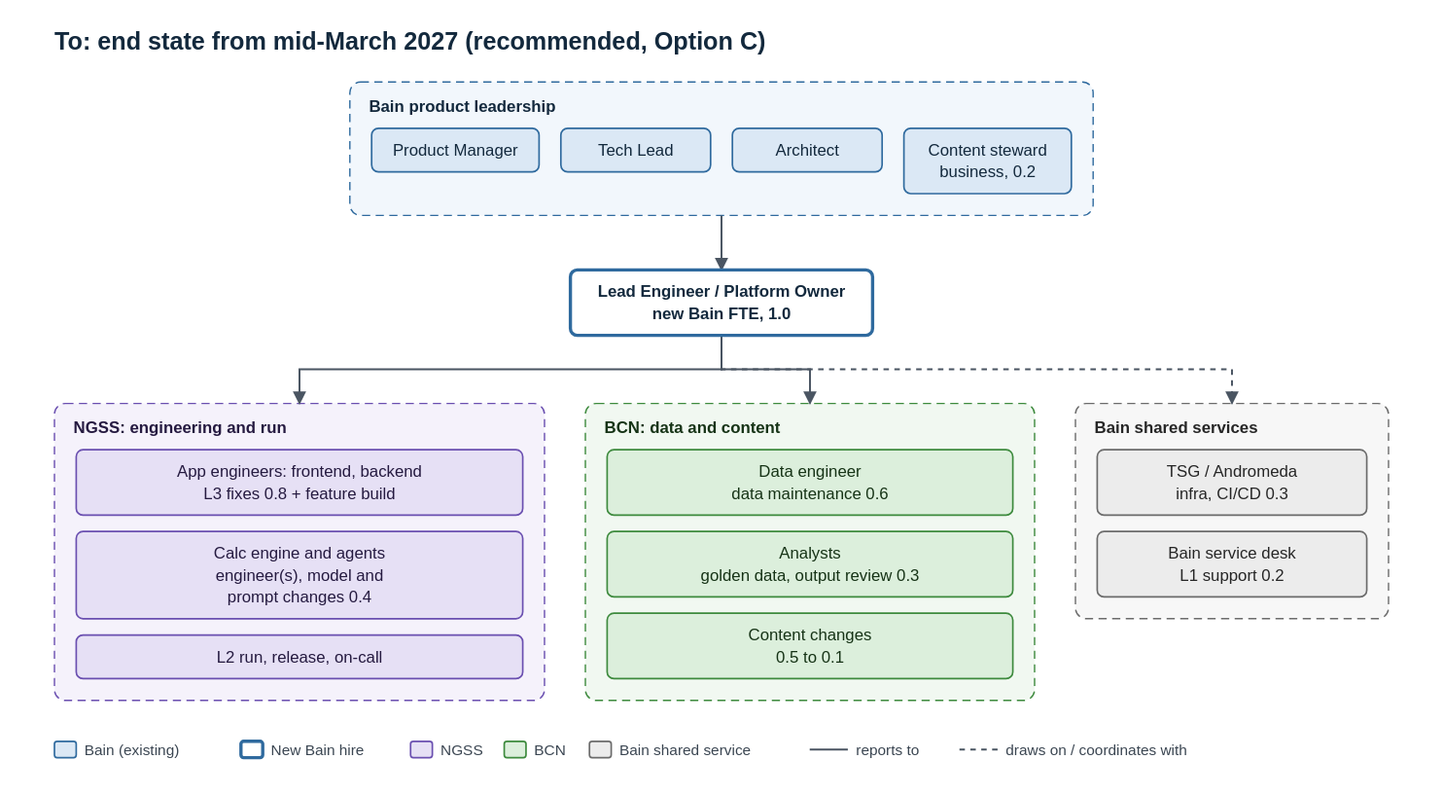
Above: context/post-gls-team-structure/diagrams/07-to-end-state.drawio.svg in deanwang-bain/OC-TL (draw.io), before the change. Source tidied: cells renumbered, new cells last; positions are measured from the earlier drawing's top-left corner, leaving out a move shared by most shapes. Its diagram source:
```xml
<mxGraphModel>
  <root>
    <mxCell id="0" />
    <mxCell id="1" parent="0" />
    <mxCell id="2" value="To: end state from mid-March 2027 (recommended, Option C)" style="text;html=1;fontSize=18;fontStyle=1;align=left;verticalAlign=middle;fontColor=#13293d;" parent="1" vertex="1">
      <mxGeometry width="900" height="28" as="geometry" />
    </mxCell>
    <mxCell id="3" value="Bain product leadership" style="rounded=1;arcSize=4;whiteSpace=wrap;html=1;dashed=1;fillColor=#f2f7fc;strokeColor=#2f6a9e;fontColor=#13293d;fontStyle=1;align=left;verticalAlign=top;spacingLeft=10;spacingTop=4;" parent="1" vertex="1">
      <mxGeometry x="217" y="42" width="546" height="98" as="geometry" />
    </mxCell>
    <mxCell id="4" value="NGSS: engineering and run" style="rounded=1;arcSize=4;whiteSpace=wrap;html=1;dashed=1;fillColor=#f5f2fb;strokeColor=#6a4fb0;fontColor=#251a40;fontStyle=1;align=left;verticalAlign=top;spacingLeft=10;spacingTop=4;" parent="1" vertex="1">
      <mxGeometry y="278" width="360" height="218" as="geometry" />
    </mxCell>
    <mxCell id="5" value="BCN: data and content" style="rounded=1;arcSize=4;whiteSpace=wrap;html=1;dashed=1;fillColor=#f1f8f1;strokeColor=#3d8a3d;fontColor=#163316;fontStyle=1;align=left;verticalAlign=top;spacingLeft=10;spacingTop=4;" parent="1" vertex="1">
      <mxGeometry x="390" y="278" width="330" height="218" as="geometry" />
    </mxCell>
    <mxCell id="6" value="Bain shared services" style="rounded=1;arcSize=4;whiteSpace=wrap;html=1;dashed=1;fillColor=#f7f7f7;strokeColor=#6b6b6b;fontColor=#262626;fontStyle=1;align=left;verticalAlign=top;spacingLeft=10;spacingTop=4;" parent="1" vertex="1">
      <mxGeometry x="750" y="278" width="230" height="158" as="geometry" />
    </mxCell>
    <mxCell id="7" value="Product Manager" style="rounded=1;whiteSpace=wrap;html=1;fillColor=#dbe8f5;strokeColor=#2f6a9e;fontColor=#13293d;fontSize=12;" parent="1" vertex="1">
      <mxGeometry x="233" y="76" width="123" height="32" as="geometry" />
    </mxCell>
    <mxCell id="8" value="Tech Lead" style="rounded=1;whiteSpace=wrap;html=1;fillColor=#dbe8f5;strokeColor=#2f6a9e;fontColor=#13293d;fontSize=12;" parent="1" vertex="1">
      <mxGeometry x="372" y="76" width="110" height="32" as="geometry" />
    </mxCell>
    <mxCell id="9" value="Architect" style="rounded=1;whiteSpace=wrap;html=1;fillColor=#dbe8f5;strokeColor=#2f6a9e;fontColor=#13293d;fontSize=12;" parent="1" vertex="1">
      <mxGeometry x="498" y="76" width="110" height="32" as="geometry" />
    </mxCell>
    <mxCell id="10" value="Content steward&lt;br&gt;business, 0.2" style="rounded=1;whiteSpace=wrap;html=1;fillColor=#dbe8f5;strokeColor=#2f6a9e;fontColor=#13293d;fontSize=12;" parent="1" vertex="1">
      <mxGeometry x="624" y="76" width="123" height="48" as="geometry" />
    </mxCell>
    <mxCell id="11" value="Lead Engineer / Platform Owner&lt;br&gt;new Bain FTE, 1.0" style="rounded=1;whiteSpace=wrap;html=1;fillColor=#ffffff;strokeColor=#2f6a9e;fontColor=#13293d;fontSize=12;strokeWidth=2.5;fontStyle=1;" parent="1" vertex="1">
      <mxGeometry x="379" y="180" width="222" height="48" as="geometry" />
    </mxCell>
    <mxCell id="12" value="App engineers: frontend, backend&lt;br&gt;L3 fixes 0.8 + feature build" style="rounded=1;whiteSpace=wrap;html=1;fillColor=#e6e0f5;strokeColor=#6a4fb0;fontColor=#251a40;fontSize=12;" parent="1" vertex="1">
      <mxGeometry x="16" y="312" width="328" height="48" as="geometry" />
    </mxCell>
    <mxCell id="13" value="Calc engine and agents&lt;br&gt;engineer(s), model and&lt;br&gt;prompt changes 0.4" style="rounded=1;whiteSpace=wrap;html=1;fillColor=#e6e0f5;strokeColor=#6a4fb0;fontColor=#251a40;fontSize=12;" parent="1" vertex="1">
      <mxGeometry x="16" y="372" width="328" height="64" as="geometry" />
    </mxCell>
    <mxCell id="14" value="L2 run, release, on-call" style="rounded=1;whiteSpace=wrap;html=1;fillColor=#e6e0f5;strokeColor=#6a4fb0;fontColor=#251a40;fontSize=12;" parent="1" vertex="1">
      <mxGeometry x="16" y="448" width="328" height="32" as="geometry" />
    </mxCell>
    <mxCell id="15" value="Data engineer&lt;br&gt;data maintenance 0.6" style="rounded=1;whiteSpace=wrap;html=1;fillColor=#dcefdc;strokeColor=#3d8a3d;fontColor=#163316;fontSize=12;" parent="1" vertex="1">
      <mxGeometry x="406" y="312" width="298" height="48" as="geometry" />
    </mxCell>
    <mxCell id="16" value="Analysts&lt;br&gt;golden data, output review 0.3" style="rounded=1;whiteSpace=wrap;html=1;fillColor=#dcefdc;strokeColor=#3d8a3d;fontColor=#163316;fontSize=12;" parent="1" vertex="1">
      <mxGeometry x="406" y="372" width="298" height="48" as="geometry" />
    </mxCell>
    <mxCell id="17" value="Content changes&lt;br&gt;0.5 to 0.1" style="rounded=1;whiteSpace=wrap;html=1;fillColor=#dcefdc;strokeColor=#3d8a3d;fontColor=#163316;fontSize=12;" parent="1" vertex="1">
      <mxGeometry x="406" y="432" width="298" height="48" as="geometry" />
    </mxCell>
    <mxCell id="18" value="TSG / Andromeda&lt;br&gt;infra, CI/CD 0.3" style="rounded=1;whiteSpace=wrap;html=1;fillColor=#ececec;strokeColor=#6b6b6b;fontColor=#262626;fontSize=12;" parent="1" vertex="1">
      <mxGeometry x="766" y="312" width="198" height="48" as="geometry" />
    </mxCell>
    <mxCell id="19" value="Bain service desk&lt;br&gt;L1 support 0.2" style="rounded=1;whiteSpace=wrap;html=1;fillColor=#ececec;strokeColor=#6b6b6b;fontColor=#262626;fontSize=12;" parent="1" vertex="1">
      <mxGeometry x="766" y="372" width="198" height="48" as="geometry" />
    </mxCell>
    <mxCell id="20" style="edgeStyle=orthogonalEdgeStyle;rounded=0;html=1;endArrow=block;endFill=1;strokeColor=#4a5562;" parent="1" edge="1" source="3" target="11">
      <mxGeometry relative="1" as="geometry" />
    </mxCell>
    <mxCell id="21" style="edgeStyle=orthogonalEdgeStyle;rounded=0;html=1;endArrow=block;endFill=1;strokeColor=#4a5562;" parent="1" edge="1" source="11" target="4">
      <mxGeometry relative="1" as="geometry" />
    </mxCell>
    <mxCell id="22" style="edgeStyle=orthogonalEdgeStyle;rounded=0;html=1;endArrow=block;endFill=1;strokeColor=#4a5562;" parent="1" edge="1" source="11" target="5">
      <mxGeometry relative="1" as="geometry" />
    </mxCell>
    <mxCell id="23" style="edgeStyle=orthogonalEdgeStyle;rounded=0;html=1;endArrow=block;endFill=1;strokeColor=#4a5562;dashed=1;" parent="1" edge="1" source="11" target="6">
      <mxGeometry relative="1" as="geometry" />
    </mxCell>
    <mxCell id="24" style="rounded=1;fillColor=#dbe8f5;strokeColor=#2f6a9e;" parent="1" vertex="1">
      <mxGeometry y="526" width="16" height="12" as="geometry" />
    </mxCell>
    <mxCell id="25" value="Bain (existing)" style="text;html=1;align=left;verticalAlign=middle;fontSize=11;fontColor=#3b4652;" parent="1" vertex="1">
      <mxGeometry x="20" y="522" width="103" height="20" as="geometry" />
    </mxCell>
    <mxCell id="26" style="rounded=1;fillColor=#ffffff;strokeColor=#2f6a9e;strokeWidth=2.5;" parent="1" vertex="1">
      <mxGeometry x="137" y="526" width="16" height="12" as="geometry" />
    </mxCell>
    <mxCell id="27" value="New Bain hire" style="text;html=1;align=left;verticalAlign=middle;fontSize=11;fontColor=#3b4652;" parent="1" vertex="1">
      <mxGeometry x="157" y="522" width="90.6" height="20" as="geometry" />
    </mxCell>
    <mxCell id="28" style="rounded=1;fillColor=#e6e0f5;strokeColor=#6a4fb0;" parent="1" vertex="1">
      <mxGeometry x="261.6" y="526" width="16" height="12" as="geometry" />
    </mxCell>
    <mxCell id="29" value="NGSS" style="text;html=1;align=left;verticalAlign=middle;fontSize=11;fontColor=#3b4652;" parent="1" vertex="1">
      <mxGeometry x="281.6" y="522" width="34.8" height="20" as="geometry" />
    </mxCell>
    <mxCell id="30" style="rounded=1;fillColor=#dcefdc;strokeColor=#3d8a3d;" parent="1" vertex="1">
      <mxGeometry x="330.4" y="526" width="16" height="12" as="geometry" />
    </mxCell>
    <mxCell id="31" value="BCN" style="text;html=1;align=left;verticalAlign=middle;fontSize=11;fontColor=#3b4652;" parent="1" vertex="1">
      <mxGeometry x="350.4" y="522" width="28.6" height="20" as="geometry" />
    </mxCell>
    <mxCell id="32" style="rounded=1;fillColor=#ececec;strokeColor=#6b6b6b;" parent="1" vertex="1">
      <mxGeometry x="393" y="526" width="16" height="12" as="geometry" />
    </mxCell>
    <mxCell id="33" value="Bain shared service" style="text;html=1;align=left;verticalAlign=middle;fontSize=11;fontColor=#3b4652;" parent="1" vertex="1">
      <mxGeometry x="413" y="522" width="127.8" height="20" as="geometry" />
    </mxCell>
  </root>
</mxGraphModel>
```
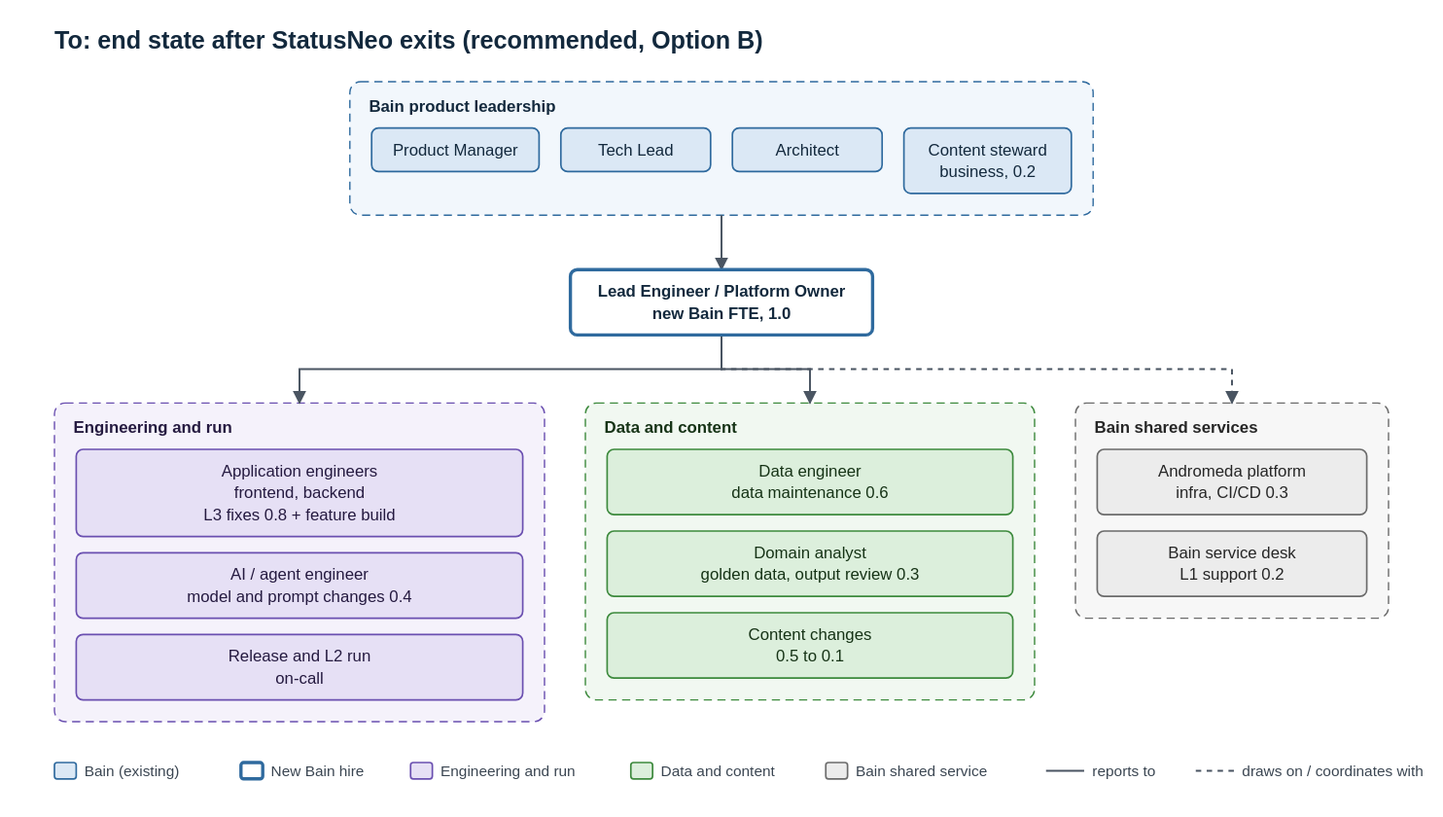
After the commit.

The edit, as a diff of the source:
```diff
@@ -2,18 +2,18 @@
   <root>
     <mxCell id="0" />
     <mxCell id="1" parent="0" />
-    <mxCell id="2" value="To: end state from mid-March 2027 (recommended, Option C)" style="text;html=1;fontSize=18;fontStyle=1;align=left;verticalAlign=middle;fontColor=#13293d;" parent="1" vertex="1">
+    <mxCell id="2" value="To: end state after StatusNeo exits (recommended, Option B)" style="text;html=1;fontSize=18;fontStyle=1;align=left;verticalAlign=middle;fontColor=#13293d;" parent="1" vertex="1">
       <mxGeometry width="900" height="28" as="geometry" />
     </mxCell>
     <mxCell id="3" value="Bain product leadership" style="rounded=1;arcSize=4;whiteSpace=wrap;html=1;dashed=1;fillColor=#f2f7fc;strokeColor=#2f6a9e;fontColor=#13293d;fontStyle=1;align=left;verticalAlign=top;spacingLeft=10;spacingTop=4;" parent="1" vertex="1">
       <mxGeometry x="217" y="42" width="546" height="98" as="geometry" />
     </mxCell>
-    <mxCell id="4" value="NGSS: engineering and run" style="rounded=1;arcSize=4;whiteSpace=wrap;html=1;dashed=1;fillColor=#f5f2fb;strokeColor=#6a4fb0;fontColor=#251a40;fontStyle=1;align=left;verticalAlign=top;spacingLeft=10;spacingTop=4;" parent="1" vertex="1">
-      <mxGeometry y="278" width="360" height="218" as="geometry" />
-    </mxCell>
-    <mxCell id="5" value="BCN: data and content" style="rounded=1;arcSize=4;whiteSpace=wrap;html=1;dashed=1;fillColor=#f1f8f1;strokeColor=#3d8a3d;fontColor=#163316;fontStyle=1;align=left;verticalAlign=top;spacingLeft=10;spacingTop=4;" parent="1" vertex="1">
-      <mxGeometry x="390" y="278" width="330" height="218" as="geometry" />
-    </mxCell>
+    <mxCell id="34" value="Engineering and run" style="rounded=1;arcSize=4;whiteSpace=wrap;html=1;dashed=1;fillColor=#f5f2fb;strokeColor=#6a4fb0;fontColor=#251a40;fontStyle=1;align=left;verticalAlign=top;spacingLeft=10;spacingTop=4;" parent="1" vertex="1">
+      <mxGeometry y="278" width="360" height="234" as="geometry" />
+    </mxCell>
+    <mxCell id="35" value="Data and content" style="rounded=1;arcSize=4;whiteSpace=wrap;html=1;dashed=1;fillColor=#f1f8f1;strokeColor=#3d8a3d;fontColor=#163316;fontStyle=1;align=left;verticalAlign=top;spacingLeft=10;spacingTop=4;" parent="1" vertex="1">
+      <mxGeometry x="390" y="278" width="330" height="218" as="geometry" />
+    </mxCell>
     <mxCell id="6" value="Bain shared services" style="rounded=1;arcSize=4;whiteSpace=wrap;html=1;dashed=1;fillColor=#f7f7f7;strokeColor=#6b6b6b;fontColor=#262626;fontStyle=1;align=left;verticalAlign=top;spacingLeft=10;spacingTop=4;" parent="1" vertex="1">
       <mxGeometry x="750" y="278" width="230" height="158" as="geometry" />
     </mxCell>
@@ -32,71 +32,71 @@
     <mxCell id="11" value="Lead Engineer / Platform Owner&lt;br&gt;new Bain FTE, 1.0" style="rounded=1;whiteSpace=wrap;html=1;fillColor=#ffffff;strokeColor=#2f6a9e;fontColor=#13293d;fontSize=12;strokeWidth=2.5;fontStyle=1;" parent="1" vertex="1">
       <mxGeometry x="379" y="180" width="222" height="48" as="geometry" />
     </mxCell>
-    <mxCell id="12" value="App engineers: frontend, backend&lt;br&gt;L3 fixes 0.8 + feature build" style="rounded=1;whiteSpace=wrap;html=1;fillColor=#e6e0f5;strokeColor=#6a4fb0;fontColor=#251a40;fontSize=12;" parent="1" vertex="1">
-      <mxGeometry x="16" y="312" width="328" height="48" as="geometry" />
-    </mxCell>
-    <mxCell id="13" value="Calc engine and agents&lt;br&gt;engineer(s), model and&lt;br&gt;prompt changes 0.4" style="rounded=1;whiteSpace=wrap;html=1;fillColor=#e6e0f5;strokeColor=#6a4fb0;fontColor=#251a40;fontSize=12;" parent="1" vertex="1">
-      <mxGeometry x="16" y="372" width="328" height="64" as="geometry" />
-    </mxCell>
-    <mxCell id="14" value="L2 run, release, on-call" style="rounded=1;whiteSpace=wrap;html=1;fillColor=#e6e0f5;strokeColor=#6a4fb0;fontColor=#251a40;fontSize=12;" parent="1" vertex="1">
-      <mxGeometry x="16" y="448" width="328" height="32" as="geometry" />
-    </mxCell>
+    <mxCell id="36" value="Application engineers&lt;br&gt;frontend, backend&lt;br&gt;L3 fixes 0.8 + feature build" style="rounded=1;whiteSpace=wrap;html=1;fillColor=#e6e0f5;strokeColor=#6a4fb0;fontColor=#251a40;fontSize=12;" parent="1" vertex="1">
+      <mxGeometry x="16" y="312" width="328" height="64" as="geometry" />
+    </mxCell>
+    <mxCell id="37" value="AI / agent engineer&lt;br&gt;model and prompt changes 0.4" style="rounded=1;whiteSpace=wrap;html=1;fillColor=#e6e0f5;strokeColor=#6a4fb0;fontColor=#251a40;fontSize=12;" parent="1" vertex="1">
+      <mxGeometry x="16" y="388" width="328" height="48" as="geometry" />
+    </mxCell>
+    <mxCell id="38" value="Release and L2 run&lt;br&gt;on-call" style="rounded=1;whiteSpace=wrap;html=1;fillColor=#e6e0f5;strokeColor=#6a4fb0;fontColor=#251a40;fontSize=12;" parent="1" vertex="1">
+      <mxGeometry x="16" y="448" width="328" height="48" as="geometry" />
+    </mxCell>
     <mxCell id="15" value="Data engineer&lt;br&gt;data maintenance 0.6" style="rounded=1;whiteSpace=wrap;html=1;fillColor=#dcefdc;strokeColor=#3d8a3d;fontColor=#163316;fontSize=12;" parent="1" vertex="1">
       <mxGeometry x="406" y="312" width="298" height="48" as="geometry" />
     </mxCell>
-    <mxCell id="16" value="Analysts&lt;br&gt;golden data, output review 0.3" style="rounded=1;whiteSpace=wrap;html=1;fillColor=#dcefdc;strokeColor=#3d8a3d;fontColor=#163316;fontSize=12;" parent="1" vertex="1">
-      <mxGeometry x="406" y="372" width="298" height="48" as="geometry" />
-    </mxCell>
+    <mxCell id="39" value="Domain analyst&lt;br&gt;golden data, output review 0.3" style="rounded=1;whiteSpace=wrap;html=1;fillColor=#dcefdc;strokeColor=#3d8a3d;fontColor=#163316;fontSize=12;" parent="1" vertex="1">
+      <mxGeometry x="406" y="372" width="298" height="48" as="geometry" />
+    </mxCell>
     <mxCell id="17" value="Content changes&lt;br&gt;0.5 to 0.1" style="rounded=1;whiteSpace=wrap;html=1;fillColor=#dcefdc;strokeColor=#3d8a3d;fontColor=#163316;fontSize=12;" parent="1" vertex="1">
       <mxGeometry x="406" y="432" width="298" height="48" as="geometry" />
     </mxCell>
-    <mxCell id="18" value="TSG / Andromeda&lt;br&gt;infra, CI/CD 0.3" style="rounded=1;whiteSpace=wrap;html=1;fillColor=#ececec;strokeColor=#6b6b6b;fontColor=#262626;fontSize=12;" parent="1" vertex="1">
-      <mxGeometry x="766" y="312" width="198" height="48" as="geometry" />
-    </mxCell>
+    <mxCell id="40" value="Andromeda platform&lt;br&gt;infra, CI/CD 0.3" style="rounded=1;whiteSpace=wrap;html=1;fillColor=#ececec;strokeColor=#6b6b6b;fontColor=#262626;fontSize=12;" parent="1" vertex="1">
+      <mxGeometry x="766" y="312" width="198" height="48" as="geometry" />
+    </mxCell>
     <mxCell id="19" value="Bain service desk&lt;br&gt;L1 support 0.2" style="rounded=1;whiteSpace=wrap;html=1;fillColor=#ececec;strokeColor=#6b6b6b;fontColor=#262626;fontSize=12;" parent="1" vertex="1">
       <mxGeometry x="766" y="372" width="198" height="48" as="geometry" />
     </mxCell>
     <mxCell id="20" style="edgeStyle=orthogonalEdgeStyle;rounded=0;html=1;endArrow=block;endFill=1;strokeColor=#4a5562;" parent="1" edge="1" source="3" target="11">
       <mxGeometry relative="1" as="geometry" />
     </mxCell>
-    <mxCell id="21" style="edgeStyle=orthogonalEdgeStyle;rounded=0;html=1;endArrow=block;endFill=1;strokeColor=#4a5562;" parent="1" edge="1" source="11" target="4">
+    <mxCell id="21" style="edgeStyle=orthogonalEdgeStyle;rounded=0;html=1;endArrow=block;endFill=1;strokeColor=#4a5562;" parent="1" edge="1" source="11" target="34">
       <mxGeometry relative="1" as="geometry" />
     </mxCell>
-    <mxCell id="22" style="edgeStyle=orthogonalEdgeStyle;rounded=0;html=1;endArrow=block;endFill=1;strokeColor=#4a5562;" parent="1" edge="1" source="11" target="5">
+    <mxCell id="22" style="edgeStyle=orthogonalEdgeStyle;rounded=0;html=1;endArrow=block;endFill=1;strokeColor=#4a5562;" parent="1" edge="1" source="11" target="35">
       <mxGeometry relative="1" as="geometry" />
     </mxCell>
     <mxCell id="23" style="edgeStyle=orthogonalEdgeStyle;rounded=0;html=1;endArrow=block;endFill=1;strokeColor=#4a5562;dashed=1;" parent="1" edge="1" source="11" target="6">
       <mxGeometry relative="1" as="geometry" />
     </mxCell>
     <mxCell id="24" style="rounded=1;fillColor=#dbe8f5;strokeColor=#2f6a9e;" parent="1" vertex="1">
-      <mxGeometry y="526" width="16" height="12" as="geometry" />
+      <mxGeometry y="542" width="16" height="12" as="geometry" />
     </mxCell>
     <mxCell id="25" value="Bain (existing)" style="text;html=1;align=left;verticalAlign=middle;fontSize=11;fontColor=#3b4652;" parent="1" vertex="1">
-      <mxGeometry x="20" y="522" width="103" height="20" as="geometry" />
+      <mxGeometry x="20" y="538" width="103" height="20" as="geometry" />
     </mxCell>
     <mxCell id="26" style="rounded=1;fillColor=#ffffff;strokeColor=#2f6a9e;strokeWidth=2.5;" parent="1" vertex="1">
-      <mxGeometry x="137" y="526" width="16" height="12" as="geometry" />
+      <mxGeometry x="137" y="542" width="16" height="12" as="geometry" />
     </mxCell>
     <mxCell id="27" value="New Bain hire" style="text;html=1;align=left;verticalAlign=middle;fontSize=11;fontColor=#3b4652;" parent="1" vertex="1">
-      <mxGeometry x="157" y="522" width="90.6" height="20" as="geometry" />
+      <mxGeometry x="157" y="538" width="90.6" height="20" as="geometry" />
     </mxCell>
-    <mxCell id="28" style="rounded=1;fillColor=#e6e0f5;strokeColor=#6a4fb0;" parent="1" vertex="1">
-      <mxGeometry x="261.6" y="526" width="16" height="12" as="geometry" />
-    </mxCell>
-    <mxCell id="29" value="NGSS" style="text;html=1;align=left;verticalAlign=middle;fontSize=11;fontColor=#3b4652;" parent="1" vertex="1">
-      <mxGeometry x="281.6" y="522" width="34.8" height="20" as="geometry" />
-    </mxCell>
-    <mxCell id="30" style="rounded=1;fillColor=#dcefdc;strokeColor=#3d8a3d;" parent="1" vertex="1">
-      <mxGeometry x="330.4" y="526" width="16" height="12" as="geometry" />
-    </mxCell>
-    <mxCell id="31" value="BCN" style="text;html=1;align=left;verticalAlign=middle;fontSize=11;fontColor=#3b4652;" parent="1" vertex="1">
-      <mxGeometry x="350.4" y="522" width="28.6" height="20" as="geometry" />
-    </mxCell>
-    <mxCell id="32" style="rounded=1;fillColor=#ececec;strokeColor=#6b6b6b;" parent="1" vertex="1">
-      <mxGeometry x="393" y="526" width="16" height="12" as="geometry" />
-    </mxCell>
+    <mxCell id="41" style="rounded=1;fillColor=#e6e0f5;strokeColor=#6a4fb0;" parent="1" vertex="1">
+      <mxGeometry x="261.6" y="542" width="16" height="12" as="geometry" />
+    </mxCell>
+    <mxCell id="42" value="Engineering and run" style="text;html=1;align=left;verticalAlign=middle;fontSize=11;fontColor=#3b4652;" parent="1" vertex="1">
+      <mxGeometry x="281.6" y="538" width="127.8" height="20" as="geometry" />
+    </mxCell>
+    <mxCell id="43" style="rounded=1;fillColor=#dcefdc;strokeColor=#3d8a3d;" parent="1" vertex="1">
+      <mxGeometry x="423.4" y="542" width="16" height="12" as="geometry" />
+    </mxCell>
+    <mxCell id="44" value="Data and content" style="text;html=1;align=left;verticalAlign=middle;fontSize=11;fontColor=#3b4652;" parent="1" vertex="1">
+      <mxGeometry x="443.4" y="538" width="109.2" height="20" as="geometry" />
+    </mxCell>
+    <mxCell id="45" style="rounded=1;fillColor=#ececec;strokeColor=#6b6b6b;" parent="1" vertex="1">
+      <mxGeometry x="566.6" y="542" width="16" height="12" as="geometry" />
+    </mxCell>
     <mxCell id="33" value="Bain shared service" style="text;html=1;align=left;verticalAlign=middle;fontSize=11;fontColor=#3b4652;" parent="1" vertex="1">
-      <mxGeometry x="413" y="522" width="127.8" height="20" as="geometry" />
+      <mxGeometry x="586.6" y="538" width="127.8" height="20" as="geometry" />
     </mxCell>
   </root>
 </mxGraphModel>
```
